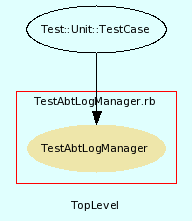
Above: src/trunk/doc/dot/f_11.png in eschabell/abtlinux (Graphviz), before the change. Its source is kept beside it as src/trunk/doc/dot/f_11.dot.
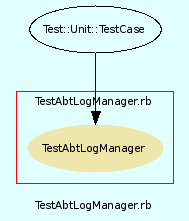
Above is the later version.

Diff of the diagram source:
```diff
@@ -3,7 +3,7 @@
     bgcolor = lightcyan1
     fontname = Arial
     fontsize = 8
-    label = "TopLevel"
+    label = "TestAbtLogManager.rb"
     node [
         fontname = Arial,
         fontsize = 8,
```
